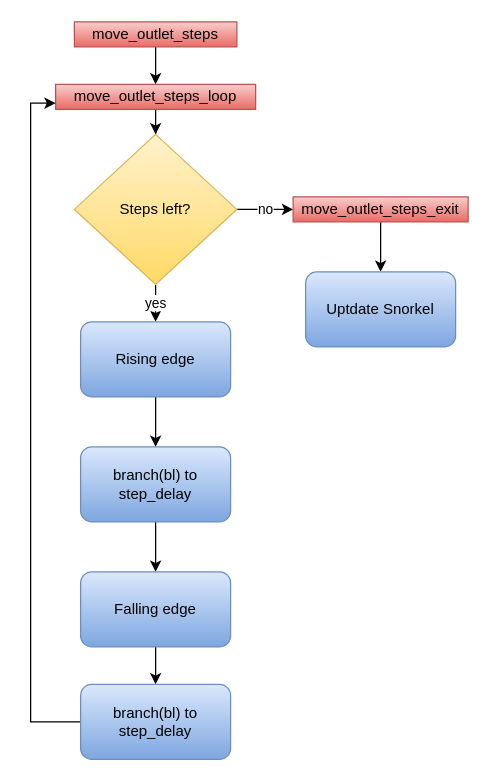
Before: diagrams/Programmablauf_move_outlet_steps.drawio in DerToaster98/SysProgTIT18, a draw.io diagram. Source tidied: cells renumbered, new cells numbered last; positions are measured from the earlier drawing's top-left corner, leaving out a move shared by most shapes. Both pictures are drawn from the tidied source at 125%, with x=0, y=0 at pixel (30, 21).
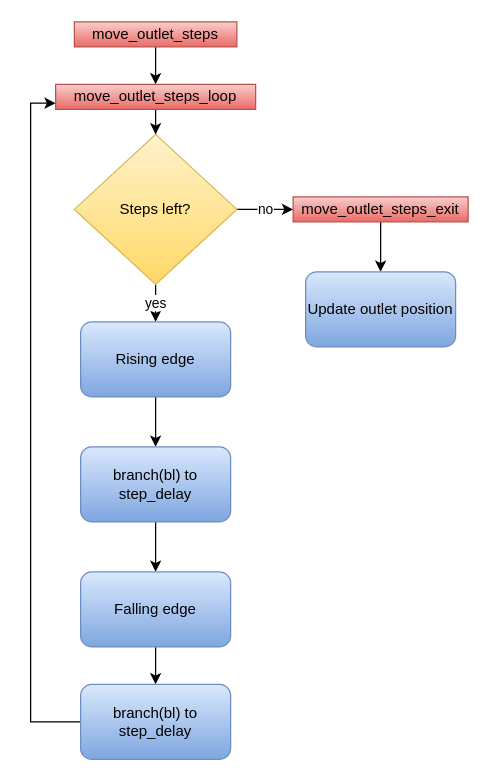
After the change.

The edit, as a diff of the source:
```diff
@@
-    <mxCell id="19" value="Uptdate Snorkel" style="rounded=1;whiteSpace=wrap;html=1;gradientColor=#7ea6e0;fillColor=#dae8fc;strokeColor=#6c8ebf;" parent="1" vertex="1">
+    <mxCell id="19" value="Update outlet position" style="rounded=1;whiteSpace=wrap;html=1;gradientColor=#7ea6e0;fillColor=#dae8fc;strokeColor=#6c8ebf;" parent="1" vertex="1">
       <mxGeometry x="220" y="200" width="120" height="60" as="geometry" />
     </mxCell>
```
